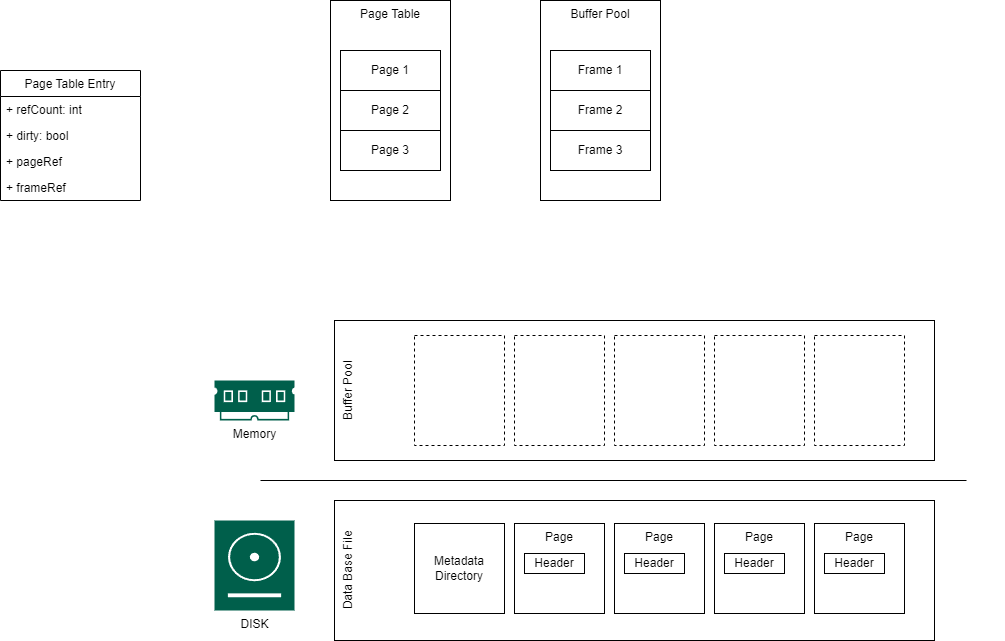
This is architecture/architecture.png from nil-labs/sdb, a draw.io export, as it was before one commit. Source tidied: cells renumbered, new cells last; positions are measured from the earlier drawing's top-left corner, leaving out a move shared by most shapes.
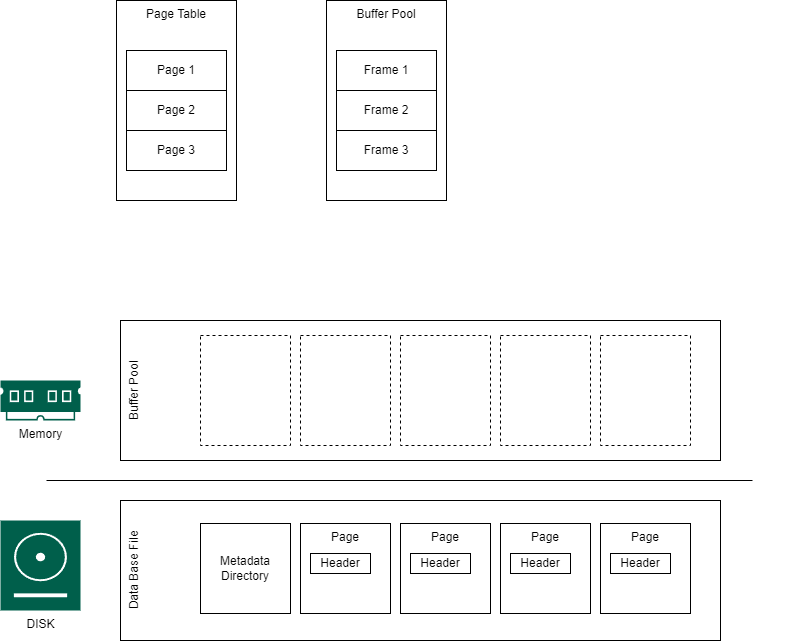
The same file after the commit.

What changed in the source:
```diff
@@ -98,20 +98,5 @@
     <mxCell id="32" value="Frame 3" style="rounded=0;whiteSpace=wrap;html=1;" parent="1" vertex="1">
       <mxGeometry x="550" y="130" width="100" height="40" as="geometry" />
     </mxCell>
-    <mxCell id="33" value="Page Table Entry" style="swimlane;fontStyle=0;horizontal=1;startSize=26;fillColor=none;" parent="1" vertex="1">
-      <mxGeometry y="70" width="140" height="130" as="geometry" />
-    </mxCell>
-    <mxCell id="34" value="+ refCount: int" style="text;strokeColor=none;fillColor=none;align=left;verticalAlign=top;spacingLeft=4;spacingRight=4;overflow=hidden;" parent="33" vertex="1">
-      <mxGeometry y="26" width="140" height="26" as="geometry" />
-    </mxCell>
-    <mxCell id="35" value="+ dirty: bool&#10;" style="text;strokeColor=none;fillColor=none;align=left;verticalAlign=top;spacingLeft=4;spacingRight=4;overflow=hidden;" parent="33" vertex="1">
-      <mxGeometry y="52" width="140" height="26" as="geometry" />
-    </mxCell>
-    <mxCell id="36" value="+ pageRef&#10;" style="text;strokeColor=none;fillColor=none;align=left;verticalAlign=top;spacingLeft=4;spacingRight=4;overflow=hidden;" parent="33" vertex="1">
-      <mxGeometry y="78" width="140" height="26" as="geometry" />
-    </mxCell>
-    <mxCell id="37" value="+ frameRef&#10;" style="text;strokeColor=none;fillColor=none;align=left;verticalAlign=top;spacingLeft=4;spacingRight=4;overflow=hidden;" parent="33" vertex="1">
-      <mxGeometry y="104" width="140" height="26" as="geometry" />
-    </mxCell>
   </root>
 </mxGraphModel>
```
